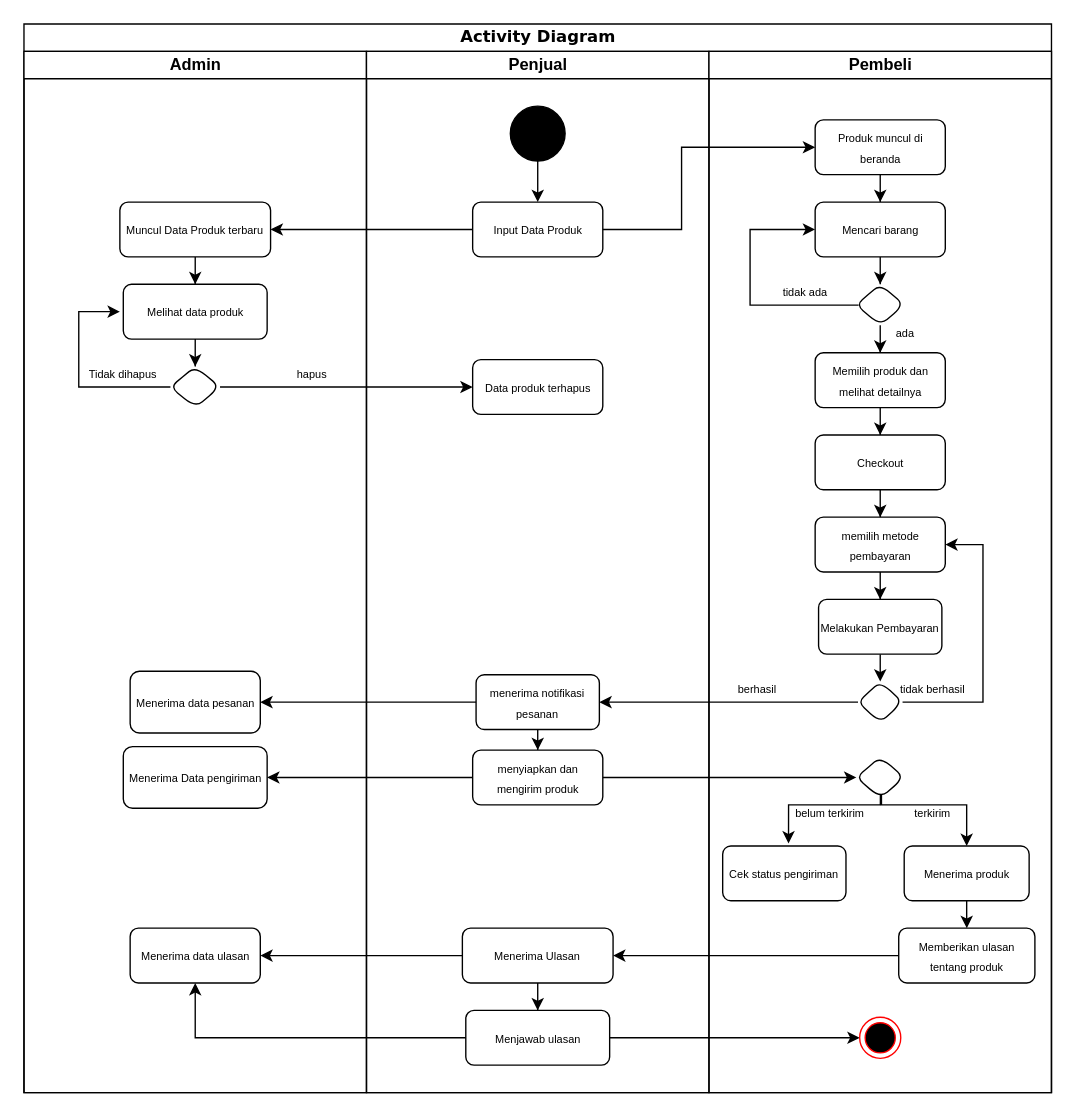
Al1en131/Project-Portfolio keeps this draw.io diagram as Untitled Diagram.drawio. Above is the earlier version. Source tidied: cells renumbered, new cells numbered last; positions are measured from the earlier drawing's top-left corner, leaving out a move shared by most shapes. Both pictures are drawn from the tidied source at 137%, with x=0, y=0 at pixel (23, 23).
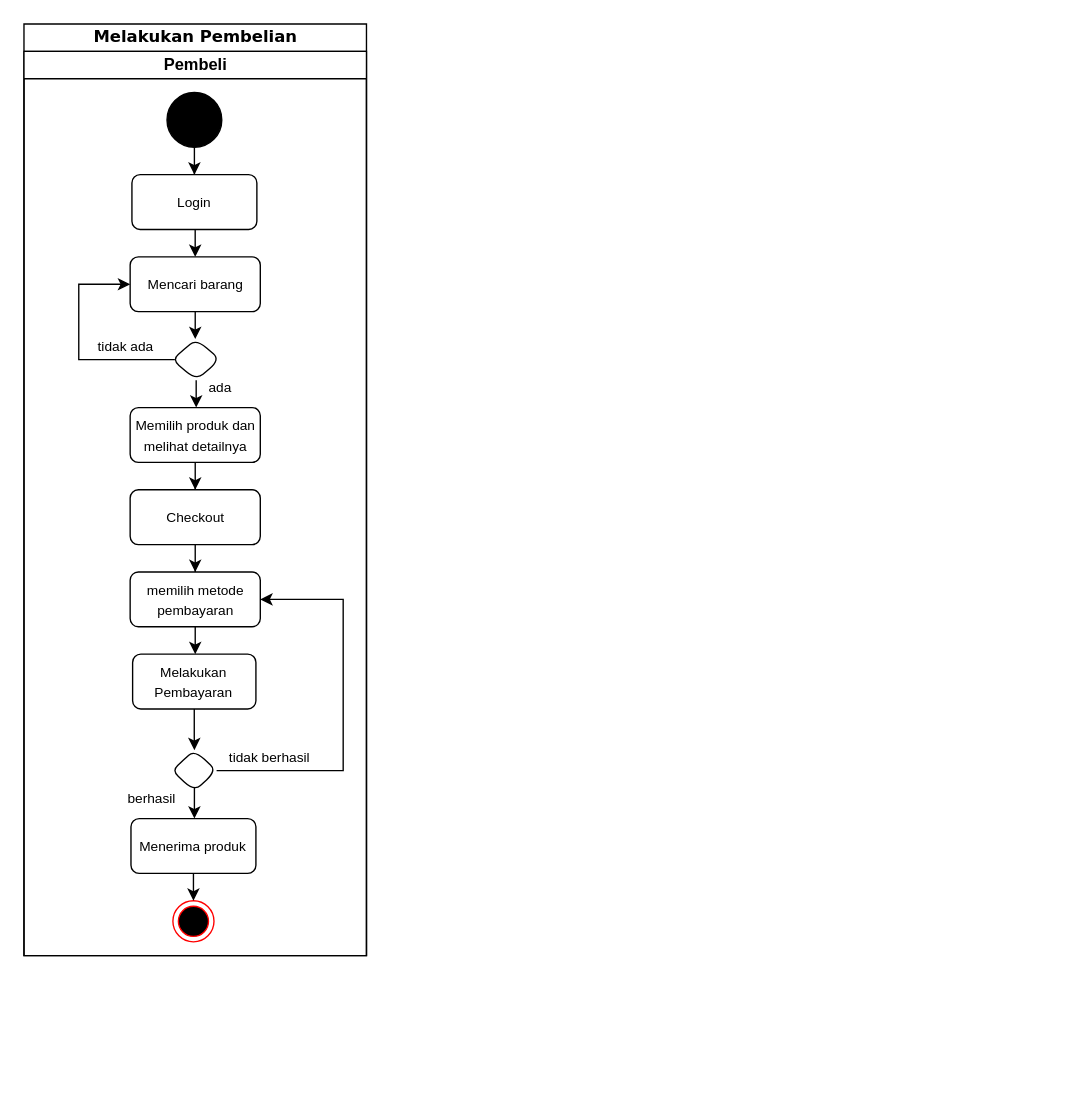
Above is the later version.

The edit, as a diff of the source:
```diff
@@
-    <mxCell id="2" value="Activity Diagram" style="swimlane;html=1;startSize=20;rounded=0;shadow=0;comic=0;labelBackgroundColor=none;strokeWidth=1;fontFamily=Verdana;fontSize=12;align=center;" parent="1" vertex="1">
-      <mxGeometry width="750" height="780" as="geometry" />
+    <mxCell id="2" value="Melakukan Pembelian" style="swimlane;html=1;startSize=20;rounded=0;shadow=0;comic=0;labelBackgroundColor=none;strokeWidth=1;fontFamily=Verdana;fontSize=12;align=center;" parent="1" vertex="1">
+      <mxGeometry width="250" height="680" as="geometry" />
     </mxCell>
-    <mxCell id="3" style="edgeStyle=orthogonalEdgeStyle;rounded=0;jettySize=auto;html=1;exitX=0;exitY=0.5;exitDx=0;exitDy=0;" parent="2" edge="1" source="46" target="19">
-      <mxGeometry relative="1" as="geometry">
-        <Array as="points">
-          <mxPoint x="375" y="495" />
-        </Array>
-      </mxGeometry>
-    </mxCell>
-    <mxCell id="4" style="edgeStyle=orthogonalEdgeStyle;rounded=0;jettySize=auto;html=1;" parent="2" edge="1" source="20" target="50">
-      <mxGeometry relative="1" as="geometry">
-        <Array as="points">
-          <mxPoint x="430" y="550" />
-          <mxPoint x="430" y="550" />
-        </Array>
-      </mxGeometry>
-    </mxCell>
-    <mxCell id="5" value="Admin" style="swimlane;html=1;startSize=20;" parent="2" vertex="1">
-      <mxGeometry y="20" width="250" height="760" as="geometry" />
-    </mxCell>
-    <mxCell id="6" style="edgeStyle=orthogonalEdgeStyle;rounded=0;jettySize=auto;html=1;" parent="5" edge="1" source="7" target="12">
-      <mxGeometry relative="1" as="geometry" />
-    </mxCell>
-    <mxCell id="7" value="&lt;font style=&quot;font-size: 8px;&quot;&gt;Muncul Data Produk terbaru&lt;/font&gt;" style="whiteSpace=wrap;html=1;rounded=1;" parent="5" vertex="1">
-      <mxGeometry x="70" y="110" width="110" height="40" as="geometry" />
-    </mxCell>
-    <mxCell id="8" style="edgeStyle=orthogonalEdgeStyle;rounded=0;jettySize=auto;html=1;" parent="5" edge="1" source="9">
-      <mxGeometry relative="1" as="geometry">
-        <mxPoint x="70" y="190" as="targetPoint" />
-        <Array as="points">
-          <mxPoint x="40" y="245" />
-          <mxPoint x="40" y="190" />
-        </Array>
-      </mxGeometry>
-    </mxCell>
-    <mxCell id="9" style="rhombus;whiteSpace=wrap;html=1;rounded=1;" parent="5" vertex="1">
-      <mxGeometry x="106.9" y="230" width="36.2" height="30" as="geometry" />
-    </mxCell>
-    <mxCell id="10" value="&lt;font style=&quot;font-size: 8px;&quot;&gt;hapus&lt;/font&gt;" style="text;html=1;align=center;verticalAlign=middle;strokeColor=none;fillColor=none;" parent="5" vertex="1">
-      <mxGeometry x="185" y="220" width="50" height="30" as="geometry" />
-    </mxCell>
-    <mxCell id="11" style="edgeStyle=orthogonalEdgeStyle;rounded=0;jettySize=auto;html=1;" parent="5" edge="1" source="12" target="9">
-      <mxGeometry relative="1" as="geometry" />
-    </mxCell>
-    <mxCell id="12" value="&lt;font style=&quot;font-size: 8px;&quot;&gt;Melihat data produk&lt;/font&gt;" style="whiteSpace=wrap;html=1;rounded=1;" parent="5" vertex="1">
-      <mxGeometry x="72.5" y="170" width="105" height="40" as="geometry" />
-    </mxCell>
-    <mxCell id="13" value="&lt;font style=&quot;font-size: 8px;&quot;&gt;Tidak dihapus&lt;/font&gt;" style="text;html=1;align=center;verticalAlign=middle;strokeColor=none;fillColor=none;" parent="5" vertex="1">
-      <mxGeometry x="36.9" y="220" width="70" height="30" as="geometry" />
-    </mxCell>
-    <mxCell id="14" value="&lt;font style=&quot;font-size: 8px;&quot;&gt;Menerima data pesanan&lt;/font&gt;" style="whiteSpace=wrap;html=1;rounded=1;" parent="5" vertex="1">
-      <mxGeometry x="77.5" y="452.5" width="95" height="45" as="geometry" />
-    </mxCell>
-    <mxCell id="15" value="&lt;font style=&quot;font-size: 8px;&quot;&gt;Menerima data ulasan&lt;/font&gt;" style="whiteSpace=wrap;html=1;rounded=1;" parent="5" vertex="1">
-      <mxGeometry x="77.5" y="640" width="95" height="40" as="geometry" />
-    </mxCell>
-    <mxCell id="16" value="&lt;font style=&quot;font-size: 8px;&quot;&gt;Menerima Data pengiriman&lt;/font&gt;" style="rounded=1;whiteSpace=wrap;html=1;" parent="5" vertex="1">
-      <mxGeometry x="72.5" y="507.5" width="105" height="45" as="geometry" />
-    </mxCell>
-    <mxCell id="17" value="Penjual" style="swimlane;html=1;startSize=20;" parent="2" vertex="1">
-      <mxGeometry x="250" y="20" width="250" height="760" as="geometry" />
-    </mxCell>
-    <mxCell id="18" style="edgeStyle=orthogonalEdgeStyle;rounded=0;jettySize=auto;html=1;" parent="17" edge="1" source="19" target="20">
-      <mxGeometry relative="1" as="geometry" />
-    </mxCell>
-    <mxCell id="19" value="&lt;font style=&quot;font-size: 8px;&quot;&gt;menerima notifikasi pesanan&lt;/font&gt;" style="whiteSpace=wrap;html=1;rounded=1;" parent="17" vertex="1">
-      <mxGeometry x="80" y="455" width="90" height="40" as="geometry" />
-    </mxCell>
-    <mxCell id="20" value="&lt;font style=&quot;font-size: 8px;&quot;&gt;menyiapkan dan mengirim produk&lt;/font&gt;" style="whiteSpace=wrap;html=1;rounded=1;" parent="17" vertex="1">
-      <mxGeometry x="77.5" y="510" width="95" height="40" as="geometry" />
-    </mxCell>
-    <mxCell id="21" style="edgeStyle=orthogonalEdgeStyle;rounded=0;jettySize=auto;html=1;" parent="17" edge="1" source="22" target="23">
-      <mxGeometry relative="1" as="geometry" />
-    </mxCell>
+    <mxCell id="31" value="Pembeli" style="swimlane;html=1;startSize=20;" parent="2" vertex="1">
+      <mxGeometry y="20" width="250" height="660" as="geometry" />
+    </mxCell>
+    <mxCell id="47" value="&lt;font style=&quot;font-size: 10px;&quot;&gt;berhasil&lt;/font&gt;" style="text;html=1;align=center;verticalAlign=middle;strokeColor=none;fillColor=none;" parent="31" vertex="1">
+      <mxGeometry x="62.5" y="530" width="60" height="30" as="geometry" />
+    </mxCell>
+    <mxCell id="57" value="&lt;font style=&quot;font-size: 10px;&quot;&gt;tidak ada&lt;/font&gt;" style="text;html=1;align=center;verticalAlign=middle;strokeColor=none;fillColor=none;" parent="31" vertex="1">
+      <mxGeometry x="44.4" y="200" width="60" height="30" as="geometry" />
+    </mxCell>
+    <mxCell id="69" style="edgeStyle=orthogonalEdgeStyle;rounded=0;jettySize=auto;html=1;" parent="31" edge="1" source="22" target="72">
+      <mxGeometry relative="1" as="geometry" />
+    </mxCell>
-    <mxCell id="22" style="ellipse;whiteSpace=wrap;html=1;rounded=0;shadow=0;comic=0;labelBackgroundColor=none;strokeWidth=1;fillColor=#000000;fontFamily=Verdana;fontSize=12;align=center;" parent="17" vertex="1">
-      <mxGeometry x="105" y="40" width="40" height="40" as="geometry" />
+    <mxCell id="22" style="ellipse;whiteSpace=wrap;html=1;rounded=0;shadow=0;comic=0;labelBackgroundColor=none;strokeWidth=1;fillColor=#000000;fontFamily=Verdana;fontSize=12;align=center;" parent="31" vertex="1">
+      <mxGeometry x="104.4" y="30" width="40" height="40" as="geometry" />
     </mxCell>
-    <mxCell id="23" value="&lt;font style=&quot;font-size: 8px;&quot;&gt;Input Data Produk&lt;/font&gt;" style="rounded=1;whiteSpace=wrap;html=1;" parent="17" vertex="1">
-      <mxGeometry x="77.5" y="110" width="95" height="40" as="geometry" />
-    </mxCell>
-    <mxCell id="24" style="edgeStyle=orthogonalEdgeStyle;rounded=0;jettySize=auto;html=1;" parent="17" edge="1" source="25" target="26">
-      <mxGeometry relative="1" as="geometry" />
-    </mxCell>
-    <mxCell id="25" value="&lt;font style=&quot;font-size: 8px;&quot;&gt;Menerima Ulasan&lt;/font&gt;" style="whiteSpace=wrap;html=1;rounded=1;" parent="17" vertex="1">
-      <mxGeometry x="70" y="640" width="110" height="40" as="geometry" />
-    </mxCell>
-    <mxCell id="26" value="&lt;font style=&quot;font-size: 8px;&quot;&gt;Menjawab ulasan&lt;/font&gt;" style="whiteSpace=wrap;html=1;rounded=1;" parent="17" vertex="1">
-      <mxGeometry x="72.5" y="700" width="105" height="40" as="geometry" />
-    </mxCell>
-    <mxCell id="27" value="&lt;font style=&quot;font-size: 8px;&quot;&gt;Data produk terhapus&lt;/font&gt;" style="rounded=1;whiteSpace=wrap;html=1;" parent="17" vertex="1">
-      <mxGeometry x="77.5" y="225" width="95" height="40" as="geometry" />
-    </mxCell>
-    <mxCell id="28" style="edgeStyle=orthogonalEdgeStyle;rounded=0;jettySize=auto;html=1;" parent="2" edge="1" source="23" target="53">
-      <mxGeometry relative="1" as="geometry">
-        <Array as="points">
-          <mxPoint x="480" y="150" />
-          <mxPoint x="480" y="90" />
-        </Array>
-      </mxGeometry>
-    </mxCell>
-    <mxCell id="29" style="edgeStyle=orthogonalEdgeStyle;rounded=0;jettySize=auto;html=1;" parent="2" edge="1" source="60" target="25">
-      <mxGeometry relative="1" as="geometry" />
-    </mxCell>
-    <mxCell id="30" style="edgeStyle=orthogonalEdgeStyle;rounded=0;jettySize=auto;html=1;" parent="2" edge="1" source="26" target="55">
-      <mxGeometry relative="1" as="geometry" />
-    </mxCell>
-    <mxCell id="31" value="Pembeli" style="swimlane;html=1;startSize=20;" parent="2" vertex="1">
-      <mxGeometry x="500" y="20" width="250" height="760" as="geometry" />
-    </mxCell>
-    <mxCell id="32" style="edgeStyle=orthogonalEdgeStyle;rounded=0;jettySize=auto;html=1;" parent="31" edge="1" source="33" target="35">
+    <mxCell id="32" style="edgeStyle=orthogonalEdgeStyle;rounded=0;jettySize=auto;html=1;entryX=0.5;entryY=0;entryDx=0;entryDy=0;" parent="31" edge="1" source="33" target="35">
       <mxGeometry relative="1" as="geometry" />
     </mxCell>
-    <mxCell id="33" value="&lt;font style=&quot;font-size: 8px;&quot;&gt;Mencari barang&lt;/font&gt;" style="rounded=1;whiteSpace=wrap;html=1;" parent="31" vertex="1">
-      <mxGeometry x="77.5" y="110" width="95" height="40" as="geometry" />
+    <mxCell id="33" value="&lt;font style=&quot;font-size: 10px;&quot;&gt;Mencari barang&lt;/font&gt;" style="rounded=1;whiteSpace=wrap;html=1;" parent="31" vertex="1">
+      <mxGeometry x="77.5" y="150" width="95" height="40" as="geometry" />
     </mxCell>
@@
     <mxCell id="35" style="rhombus;whiteSpace=wrap;html=1;rounded=1;" parent="31" vertex="1">
-      <mxGeometry x="107.5" y="170" width="35" height="30" as="geometry" />
+      <mxGeometry x="108.2" y="210" width="35" height="30" as="geometry" />
     </mxCell>
@@
+    <mxCell id="56" style="edgeStyle=orthogonalEdgeStyle;rounded=0;jettySize=auto;html=1;entryX=0;entryY=0.5;entryDx=0;entryDy=0;exitX=0.055;exitY=0.5;exitDx=0;exitDy=0;exitPerimeter=0;" parent="31" edge="1" source="35" target="33">
+      <mxGeometry relative="1" as="geometry">
+        <Array as="points">
+          <mxPoint x="40" y="225" />
+          <mxPoint x="40" y="170" />
+        </Array>
+      </mxGeometry>
+    </mxCell>
-    <mxCell id="37" value="&lt;font style=&quot;font-size: 8px;&quot;&gt;&lt;span&gt;Memilih produk dan melihat detailnya&lt;/span&gt;&lt;/font&gt;" style="whiteSpace=wrap;html=1;rounded=1;" parent="31" vertex="1">
-      <mxGeometry x="77.5" y="220" width="95" height="40" as="geometry" />
+    <mxCell id="37" value="&lt;font style=&quot;font-size: 10px;&quot;&gt;&lt;span style=&quot;&quot;&gt;Memilih produk dan melihat detailnya&lt;/span&gt;&lt;/font&gt;" style="whiteSpace=wrap;html=1;rounded=1;" parent="31" vertex="1">
+      <mxGeometry x="77.5" y="260" width="95" height="40" as="geometry" />
     </mxCell>
-    <mxCell id="38" value="&lt;font style=&quot;font-size: 8px;&quot;&gt;ada&lt;/font&gt;" style="text;html=1;align=center;verticalAlign=middle;strokeColor=none;fillColor=none;" parent="31" vertex="1">
-      <mxGeometry x="122.5" y="190" width="40" height="30" as="geometry" />
+    <mxCell id="38" value="&lt;font style=&quot;font-size: 10px;&quot;&gt;ada&lt;/font&gt;" style="text;html=1;align=center;verticalAlign=middle;strokeColor=none;fillColor=none;" parent="31" vertex="1">
+      <mxGeometry x="122.5" y="230" width="40" height="30" as="geometry" />
     </mxCell>
@@
-    <mxCell id="40" value="&lt;font style=&quot;font-size: 8px;&quot;&gt;Checkout&lt;/font&gt;" style="whiteSpace=wrap;html=1;rounded=1;" parent="31" vertex="1">
-      <mxGeometry x="77.5" y="280" width="95" height="40" as="geometry" />
+    <mxCell id="40" value="&lt;font style=&quot;font-size: 10px;&quot;&gt;Checkout&lt;/font&gt;" style="whiteSpace=wrap;html=1;rounded=1;" parent="31" vertex="1">
+      <mxGeometry x="77.5" y="320" width="95" height="40" as="geometry" />
     </mxCell>
@@
-    <mxCell id="42" value="&lt;font style=&quot;font-size: 8px;&quot;&gt;memilih metode pembayaran&lt;/font&gt;" style="rounded=1;whiteSpace=wrap;html=1;" parent="31" vertex="1">
-      <mxGeometry x="77.5" y="340" width="95" height="40" as="geometry" />
+    <mxCell id="42" value="&lt;font style=&quot;font-size: 10px;&quot;&gt;memilih metode pembayaran&lt;/font&gt;" style="rounded=1;whiteSpace=wrap;html=1;" parent="31" vertex="1">
+      <mxGeometry x="77.5" y="380" width="95" height="40" as="geometry" />
     </mxCell>
@@
-    <mxCell id="44" value="&lt;font style=&quot;font-size: 8px;&quot;&gt;Melakukan Pembayaran&lt;/font&gt;" style="whiteSpace=wrap;html=1;rounded=1;" parent="31" vertex="1">
-      <mxGeometry x="80" y="400" width="90" height="40" as="geometry" />
+    <mxCell id="44" value="&lt;font style=&quot;font-size: 10px;&quot;&gt;Melakukan Pembayaran&lt;/font&gt;" style="whiteSpace=wrap;html=1;rounded=1;" parent="31" vertex="1">
+      <mxGeometry x="79.3" y="440" width="90" height="40" as="geometry" />
     </mxCell>
     <mxCell id="45" style="edgeStyle=orthogonalEdgeStyle;rounded=0;jettySize=auto;html=1;entryX=1;entryY=0.5;entryDx=0;entryDy=0;" parent="31" edge="1" source="46" target="42">
       <mxGeometry relative="1" as="geometry">
         <Array as="points">
-          <mxPoint x="200" y="475" />
-          <mxPoint x="200" y="360" />
+          <mxPoint x="233" y="525" />
+          <mxPoint x="233" y="400" />
         </Array>
       </mxGeometry>
     </mxCell>
+    <mxCell id="70" style="edgeStyle=orthogonalEdgeStyle;rounded=0;jettySize=auto;html=1;exitX=0.502;exitY=0.893;exitDx=0;exitDy=0;exitPerimeter=0;" parent="31" edge="1" source="46" target="59">
+      <mxGeometry relative="1" as="geometry">
+        <Array as="points">
+          <mxPoint x="124.7" y="550" />
+          <mxPoint x="124.7" y="550" />
+        </Array>
+      </mxGeometry>
+    </mxCell>
     <mxCell id="46" style="rhombus;whiteSpace=wrap;html=1;rounded=1;" parent="31" vertex="1">
-      <mxGeometry x="108.8" y="460" width="32.5" height="30" as="geometry" />
+      <mxGeometry x="108.1" y="510" width="32.5" height="30" as="geometry" />
     </mxCell>
-    <mxCell id="47" value="&lt;font style=&quot;font-size: 8px;&quot;&gt;berhasil&lt;/font&gt;" style="text;html=1;align=center;verticalAlign=middle;strokeColor=none;fillColor=none;" parent="31" vertex="1">
-      <mxGeometry x="10" y="450" width="50" height="30" as="geometry" />
-    </mxCell>
-    <mxCell id="48" style="edgeStyle=orthogonalEdgeStyle;rounded=0;jettySize=auto;html=1;entryX=0.534;entryY=-0.045;entryDx=0;entryDy=0;entryPerimeter=0;exitX=0.501;exitY=0.905;exitDx=0;exitDy=0;exitPerimeter=0;" parent="31" edge="1" source="50" target="58">
-      <mxGeometry relative="1" as="geometry">
-        <Array as="points">
-          <mxPoint x="125" y="550" />
-          <mxPoint x="58" y="550" />
-        </Array>
-      </mxGeometry>
-    </mxCell>
-    <mxCell id="49" style="edgeStyle=orthogonalEdgeStyle;rounded=0;jettySize=auto;html=1;exitX=0.523;exitY=0.909;exitDx=0;exitDy=0;exitPerimeter=0;entryX=0.5;entryY=0;entryDx=0;entryDy=0;" parent="31" edge="1" source="50" target="59">
-      <mxGeometry relative="1" as="geometry">
-        <Array as="points">
-          <mxPoint x="126" y="550" />
-          <mxPoint x="188" y="550" />
-        </Array>
-      </mxGeometry>
-    </mxCell>
-    <mxCell id="50" style="rhombus;whiteSpace=wrap;html=1;rounded=1;" parent="31" vertex="1">
-      <mxGeometry x="107.6" y="515" width="35" height="30" as="geometry" />
-    </mxCell>
-    <mxCell id="51" style="edgeStyle=orthogonalEdgeStyle;rounded=0;jettySize=auto;html=1;exitX=0.5;exitY=1;exitDx=0;exitDy=0;entryX=0.5;entryY=0;entryDx=0;entryDy=0;" parent="31" edge="1" source="59" target="60">
-      <mxGeometry relative="1" as="geometry">
-        <Array as="points">
-          <mxPoint x="188" y="630" />
-          <mxPoint x="188" y="630" />
-        </Array>
-      </mxGeometry>
-    </mxCell>
-    <mxCell id="52" style="edgeStyle=orthogonalEdgeStyle;rounded=0;jettySize=auto;html=1;entryX=0.5;entryY=0;entryDx=0;entryDy=0;" parent="31" edge="1" source="53" target="33">
+    <mxCell id="52" style="edgeStyle=orthogonalEdgeStyle;rounded=0;jettySize=auto;html=1;entryX=0.5;entryY=0;entryDx=0;entryDy=0;exitX=0.506;exitY=0.984;exitDx=0;exitDy=0;exitPerimeter=0;" parent="31" edge="1" source="72" target="33">
       <mxGeometry relative="1" as="geometry" />
     </mxCell>
-    <mxCell id="53" value="&lt;font style=&quot;font-size: 8px;&quot;&gt;Produk muncul di beranda&lt;/font&gt;" style="whiteSpace=wrap;html=1;rounded=1;" parent="31" vertex="1">
-      <mxGeometry x="77.5" y="50" width="95" height="40" as="geometry" />
-    </mxCell>
-    <mxCell id="54" value="&lt;font style=&quot;font-size: 8px;&quot;&gt;tidak berhasil&lt;/font&gt;" style="text;html=1;align=center;verticalAlign=middle;strokeColor=none;fillColor=none;" parent="31" vertex="1">
-      <mxGeometry x="127.5" y="450" width="70" height="30" as="geometry" />
+    <mxCell id="54" value="&lt;font style=&quot;font-size: 10px;&quot;&gt;tidak berhasil&lt;/font&gt;" style="text;html=1;align=center;verticalAlign=middle;strokeColor=none;fillColor=none;" parent="31" vertex="1">
+      <mxGeometry x="138.7" y="500" width="80" height="30" as="geometry" />
     </mxCell>
     <mxCell id="55" style="ellipse;html=1;shape=endState;fillColor=#000000;strokeColor=#ff0000;" parent="31" vertex="1">
-      <mxGeometry x="110" y="705" width="30" height="30" as="geometry" />
+      <mxGeometry x="108.7" y="620" width="30" height="30" as="geometry" />
     </mxCell>
-    <mxCell id="56" style="edgeStyle=orthogonalEdgeStyle;rounded=0;jettySize=auto;html=1;entryX=0;entryY=0.5;entryDx=0;entryDy=0;exitX=0.049;exitY=0.507;exitDx=0;exitDy=0;exitPerimeter=0;" parent="31" edge="1" source="35" target="33">
-      <mxGeometry relative="1" as="geometry">
-        <Array as="points">
-          <mxPoint x="30" y="185" />
-          <mxPoint x="30" y="130" />
-        </Array>
-      </mxGeometry>
-    </mxCell>
-    <mxCell id="57" value="&lt;font style=&quot;font-size: 8px;&quot;&gt;tidak ada&lt;/font&gt;" style="text;html=1;align=center;verticalAlign=middle;strokeColor=none;fillColor=none;" parent="31" vertex="1">
-      <mxGeometry x="40" y="160" width="60" height="30" as="geometry" />
-    </mxCell>
-    <mxCell id="58" value="&lt;font style=&quot;font-size: 8px;&quot;&gt;Cek status pengiriman&lt;/font&gt;" style="whiteSpace=wrap;html=1;rounded=1;" parent="31" vertex="1">
-      <mxGeometry x="10" y="580" width="90" height="40" as="geometry" />
-    </mxCell>
+    <mxCell id="71" style="edgeStyle=orthogonalEdgeStyle;rounded=0;jettySize=auto;html=1;entryX=0.5;entryY=0;entryDx=0;entryDy=0;" parent="31" edge="1" source="59">
+      <mxGeometry relative="1" as="geometry">
+        <mxPoint x="123.1" y="620" as="targetPoint" />
+      </mxGeometry>
+    </mxCell>
-    <mxCell id="59" value="&lt;font style=&quot;font-size: 8px;&quot;&gt;Menerima produk&lt;/font&gt;" style="whiteSpace=wrap;html=1;rounded=1;" parent="31" vertex="1">
-      <mxGeometry x="142.5" y="580" width="91.2" height="40" as="geometry" />
+    <mxCell id="59" value="&lt;font style=&quot;font-size: 10px;&quot;&gt;Menerima produk&lt;/font&gt;" style="whiteSpace=wrap;html=1;rounded=1;" parent="31" vertex="1">
+      <mxGeometry x="78.1" y="560" width="91.2" height="40" as="geometry" />
     </mxCell>
-    <mxCell id="60" value="&lt;font style=&quot;font-size: 8px;&quot;&gt;Memberikan ulasan tentang produk&lt;/font&gt;" style="whiteSpace=wrap;html=1;rounded=1;" parent="31" vertex="1">
-      <mxGeometry x="138.5" y="640" width="99.4" height="40" as="geometry" />
-    </mxCell>
-    <mxCell id="61" value="&lt;font style=&quot;font-size: 8px;&quot;&gt;belum terkirim&lt;/font&gt;" style="text;html=1;align=center;verticalAlign=middle;strokeColor=none;fillColor=none;" parent="31" vertex="1">
-      <mxGeometry x="52.5" y="540" width="70" height="30" as="geometry" />
-    </mxCell>
-    <mxCell id="62" value="&lt;font style=&quot;font-size: 8px;&quot;&gt;terkirim&lt;/font&gt;" style="text;html=1;align=center;verticalAlign=middle;strokeColor=none;fillColor=none;" parent="31" vertex="1">
-      <mxGeometry x="137.5" y="540" width="50" height="30" as="geometry" />
-    </mxCell>
-    <mxCell id="63" style="edgeStyle=orthogonalEdgeStyle;rounded=0;jettySize=auto;html=1;" parent="2" edge="1" source="23" target="7">
-      <mxGeometry relative="1" as="geometry" />
-    </mxCell>
-    <mxCell id="64" style="edgeStyle=orthogonalEdgeStyle;rounded=0;jettySize=auto;html=1;" parent="2" edge="1" source="9" target="27">
-      <mxGeometry relative="1" as="geometry" />
-    </mxCell>
-    <mxCell id="65" style="edgeStyle=orthogonalEdgeStyle;rounded=0;jettySize=auto;html=1;" parent="2" edge="1" source="19" target="14">
-      <mxGeometry relative="1" as="geometry" />
-    </mxCell>
-    <mxCell id="66" style="edgeStyle=orthogonalEdgeStyle;rounded=0;jettySize=auto;html=1;" parent="2" edge="1" source="25" target="15">
-      <mxGeometry relative="1" as="geometry" />
-    </mxCell>
-    <mxCell id="67" style="edgeStyle=orthogonalEdgeStyle;rounded=0;jettySize=auto;html=1;" parent="2" edge="1" source="26" target="15">
-      <mxGeometry relative="1" as="geometry" />
-    </mxCell>
-    <mxCell id="68" style="edgeStyle=orthogonalEdgeStyle;rounded=0;jettySize=auto;html=1;" parent="2" edge="1" source="20" target="16">
-      <mxGeometry relative="1" as="geometry" />
-    </mxCell>
+    <mxCell id="72" value="&lt;font style=&quot;font-size: 10px;&quot;&gt;Login&lt;/font&gt;" style="rounded=1;whiteSpace=wrap;html=1;" parent="31" vertex="1">
+      <mxGeometry x="78.8" y="90" width="91.2" height="40" as="geometry" />
+    </mxCell>
```
